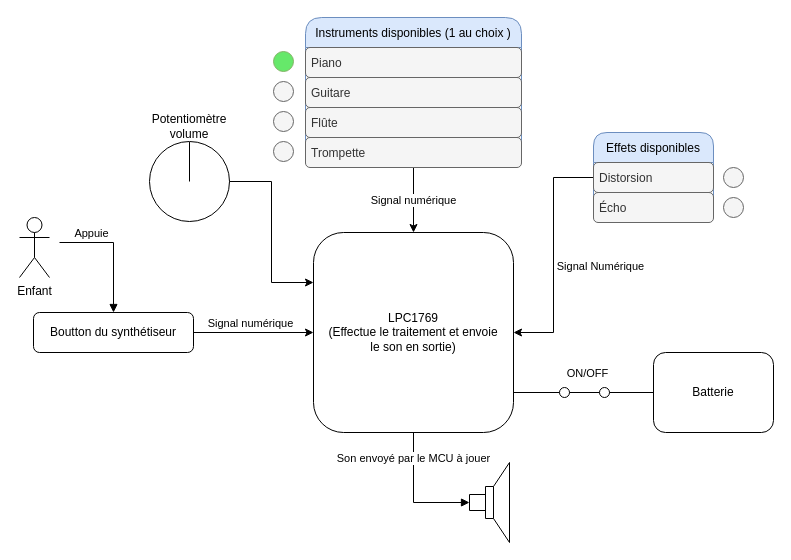
Before: Schemas/Schema_fonctionnel.drawio in Ithoh/ProjetSynthe, a draw.io diagram. Source tidied: cells renumbered, new cells numbered last; positions are measured from the earlier drawing's top-left corner, leaving out a move shared by most shapes. Both pictures are drawn from the tidied source at 100%, with x=0, y=0 at pixel (19, 17).
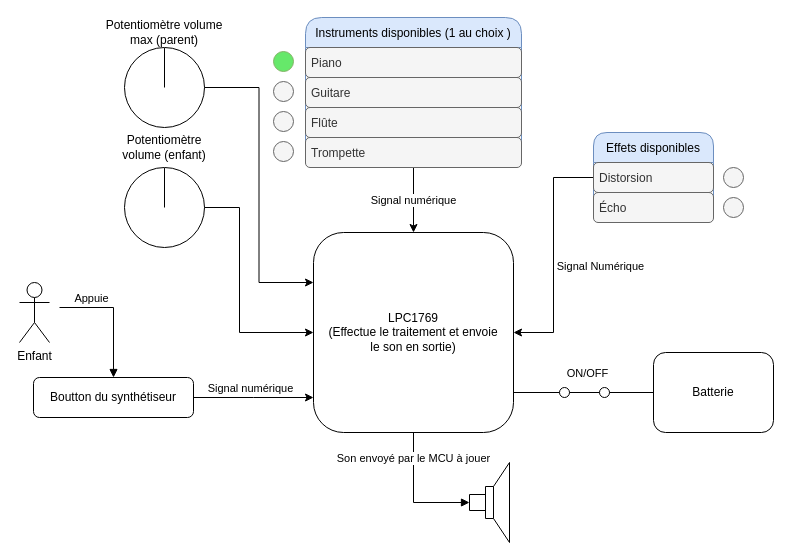
Above is the later version.

Commit message (it also covers changes not shown here):
Mise à jour du schéma fonctionnel

The change refers to these unchanged cells:
```xml
<mxCell id="7" value="LPC1769&lt;br&gt;(Effectue le traitement et envoie&lt;br&gt;le son en sortie)" style="rounded=1;whiteSpace=wrap;html=1;align=center;" parent="1" vertex="1">
  <mxGeometry x="294" y="215" width="200" height="200" as="geometry" />
</mxCell>
```

What changed in the source:
```diff
@@
-    <mxCell id="2" style="edgeStyle=orthogonalEdgeStyle;rounded=0;jettySize=auto;html=1;" parent="1" edge="1" source="4" target="7">
-      <mxGeometry relative="1" as="geometry" />
+    <mxCell id="2" style="edgeStyle=orthogonalEdgeStyle;rounded=0;jettySize=auto;html=1;" parent="1" edge="1" source="4">
+      <mxGeometry relative="1" as="geometry">
+        <mxPoint x="294" y="380" as="targetPoint" />
+      </mxGeometry>
     </mxCell>
@@
     <mxCell id="4" value="Boutton du synthétiseur" style="rounded=1;whiteSpace=wrap;html=1;" parent="1" vertex="1">
-      <mxGeometry x="14" y="295" width="160" height="40" as="geometry" />
+      <mxGeometry x="14" y="360" width="160" height="40" as="geometry" />
     </mxCell>
@@
     <mxCell id="30" style="edgeStyle=orthogonalEdgeStyle;rounded=0;orthogonalLoop=1;jettySize=auto;html=1;entryX=0.5;entryY=0;entryDx=0;entryDy=0;endArrow=block;endFill=1;" parent="1" edge="1">
       <mxGeometry relative="1" as="geometry">
-        <mxPoint x="40" y="225" as="sourcePoint" />
-        <mxPoint x="94" y="295" as="targetPoint" />
+        <mxPoint x="40" y="290" as="sourcePoint" />
+        <mxPoint x="94" y="360" as="targetPoint" />
         <Array as="points">
-          <mxPoint x="94" y="225" />
+          <mxPoint x="94" y="290" />
         </Array>
       </mxGeometry>
     </mxCell>
@@
     <mxCell id="32" value="Enfant" style="shape=umlActor;verticalLabelPosition=bottom;verticalAlign=top;html=1;rounded=1;shadow=0;sketch=0;" parent="1" vertex="1">
-      <mxGeometry y="200" width="30" height="60" as="geometry" />
+      <mxGeometry y="265" width="30" height="60" as="geometry" />
     </mxCell>
@@
     <mxCell id="36" style="ellipse;whiteSpace=wrap;html=1;fillColor=none;" parent="1" vertex="1">
-      <mxGeometry x="130" y="124" width="80" height="80" as="geometry" />
+      <mxGeometry x="105" y="30" width="80" height="80" as="geometry" />
     </mxCell>
     <mxCell id="37" style="endArrow=none;html=1;rounded=0;entryX=0.5;entryY=0.007;entryDx=0;entryDy=0;entryPerimeter=0;" parent="1" edge="1" target="36">
       <mxGeometry relative="1" as="geometry">
-        <mxPoint x="170" y="164" as="sourcePoint" />
+        <mxPoint x="145" y="70" as="sourcePoint" />
       </mxGeometry>
     </mxCell>
-    <mxCell id="38" value="Potentiomètre volume" style="text;html=1;strokeColor=none;fillColor=none;align=center;verticalAlign=middle;whiteSpace=wrap;rounded=0;" parent="1" vertex="1">
-      <mxGeometry x="125" y="94" width="90" height="30" as="geometry" />
+    <mxCell id="38" value="Potentiomètre volume max (parent)" style="text;html=1;strokeColor=none;fillColor=none;align=center;verticalAlign=middle;whiteSpace=wrap;rounded=0;" parent="1" vertex="1">
+      <mxGeometry x="80" width="130" height="30" as="geometry" />
     </mxCell>
+    <mxCell id="39" style="edgeStyle=orthogonalEdgeStyle;rounded=0;jettySize=auto;html=1;entryX=0;entryY=0.5;entryDx=0;entryDy=0;" parent="1" edge="1" source="40" target="7">
+      <mxGeometry relative="1" as="geometry">
+        <Array as="points">
+          <mxPoint x="220" y="190" />
+          <mxPoint x="220" y="315" />
+        </Array>
+      </mxGeometry>
+    </mxCell>
+    <mxCell id="40" style="ellipse;whiteSpace=wrap;html=1;fillColor=none;" parent="1" vertex="1">
+      <mxGeometry x="105" y="150" width="80" height="80" as="geometry" />
+    </mxCell>
+    <mxCell id="41" style="endArrow=none;html=1;rounded=0;entryX=0.5;entryY=0.007;entryDx=0;entryDy=0;entryPerimeter=0;" parent="1" edge="1" target="40">
+      <mxGeometry relative="1" as="geometry">
+        <mxPoint x="145" y="190" as="sourcePoint" />
+      </mxGeometry>
+    </mxCell>
+    <mxCell id="42" value="Potentiomètre volume (enfant)" style="text;html=1;strokeColor=none;fillColor=none;align=center;verticalAlign=middle;whiteSpace=wrap;rounded=0;" parent="1" vertex="1">
+      <mxGeometry x="100" y="115" width="90" height="30" as="geometry" />
+    </mxCell>
```
